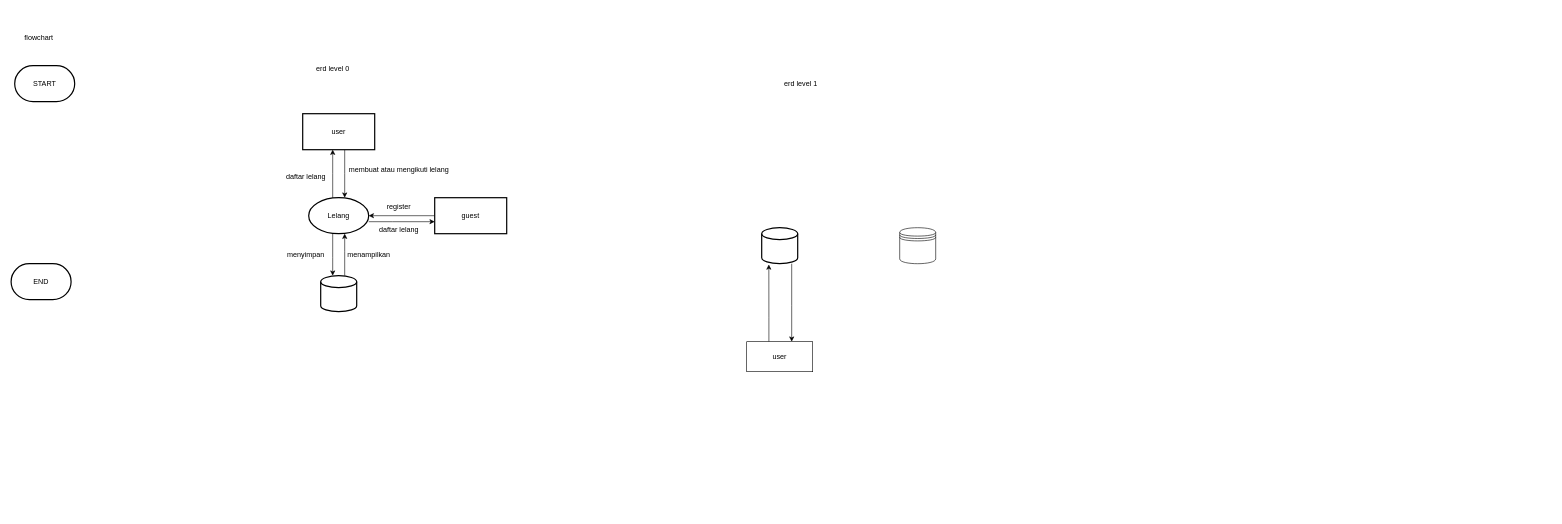
Earlier version of the draw.io diagram erd.drawio (ujangPNG/tugas-besar-laravel). Source tidied: cells renumbered, new cells numbered last; positions are measured from the earlier drawing's top-left corner, leaving out a move shared by most shapes. Both pictures are drawn from the tidied source at 60%, with x=0, y=0 at pixel (11, 28).
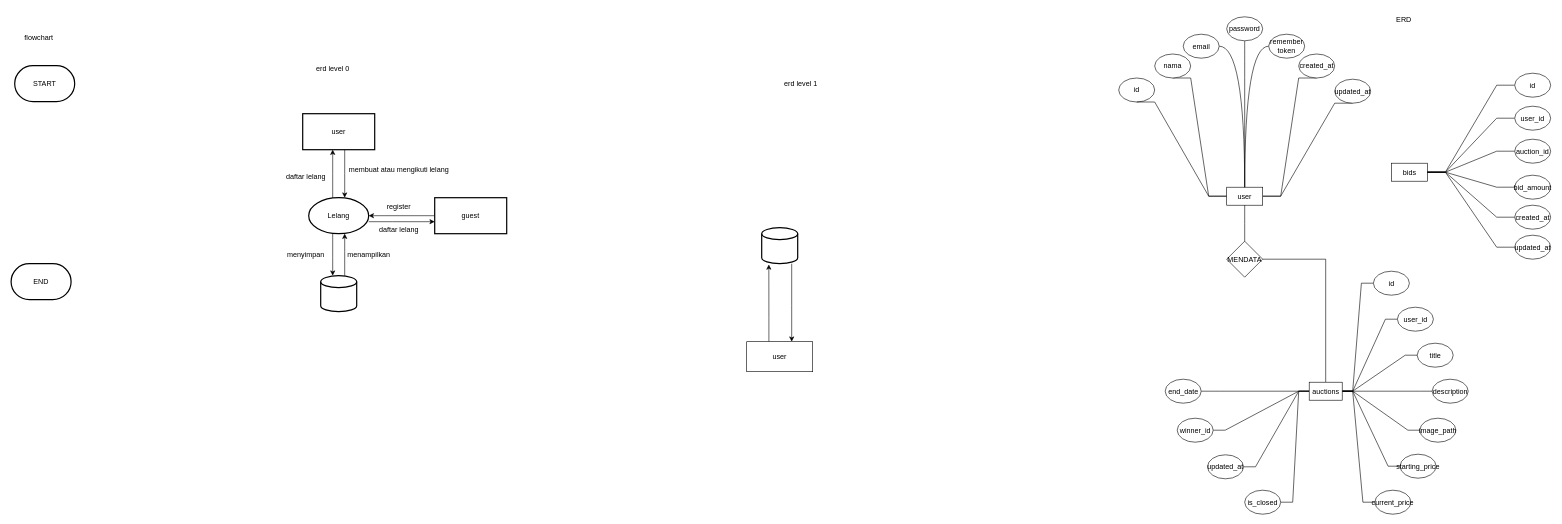
After the change.

What changed in the source:
```diff
@@
-    <mxCell id="6" style="shape=datastore;whiteSpace=wrap;html=1;" parent="1" vertex="1">
-      <mxGeometry x="1481" y="332" width="60" height="60" as="geometry" />
-    </mxCell>
@@
+    <mxCell id="28" value="ERD" style="text;html=1;align=center;verticalAlign=middle;strokeColor=none;fillColor=none;" parent="1" vertex="1">
+      <mxGeometry x="2296" y="-30" width="50" height="30" as="geometry" />
+    </mxCell>
+    <mxCell id="29" value="id" style="ellipse;whiteSpace=wrap;html=1;" parent="1" vertex="1">
+      <mxGeometry x="1846" y="82.5" width="60" height="40" as="geometry" />
+    </mxCell>
+    <mxCell id="30" style="edgeStyle=entityRelationEdgeStyle;rounded=0;jettySize=auto;html=1;strokeWidth=1;strokeColor=default;endArrow=none;startFill=0;entryX=0.5;entryY=1;entryDx=0;entryDy=0;" parent="1" edge="1" source="34" target="29">
+      <mxGeometry relative="1" as="geometry" />
+    </mxCell>
+    <mxCell id="31" style="edgeStyle=entityRelationEdgeStyle;shape=connector;rounded=0;jettySize=auto;html=1;strokeColor=default;strokeWidth=1;align=center;verticalAlign=middle;fontFamily=Helvetica;fontSize=11;fontColor=default;labelBackgroundColor=default;startFill=0;endArrow=none;entryX=0.5;entryY=1;entryDx=0;entryDy=0;" parent="1" edge="1" source="34" target="38">
+      <mxGeometry relative="1" as="geometry" />
+    </mxCell>
+    <mxCell id="32" style="edgeStyle=entityRelationEdgeStyle;shape=connector;rounded=0;jettySize=auto;html=1;strokeColor=default;strokeWidth=1;align=center;verticalAlign=middle;fontFamily=Helvetica;fontSize=11;fontColor=default;labelBackgroundColor=default;startFill=0;endArrow=none;entryX=0.5;entryY=1;entryDx=0;entryDy=0;" parent="1" edge="1" source="34" target="45">
+      <mxGeometry relative="1" as="geometry" />
+    </mxCell>
+    <mxCell id="33" style="edgeStyle=entityRelationEdgeStyle;shape=connector;rounded=0;jettySize=auto;html=1;strokeColor=default;strokeWidth=1;align=center;verticalAlign=middle;fontFamily=Helvetica;fontSize=11;fontColor=default;labelBackgroundColor=default;startFill=0;endArrow=none;entryX=0.5;entryY=1;entryDx=0;entryDy=0;" parent="1" edge="1" source="34" target="46">
+      <mxGeometry relative="1" as="geometry" />
+    </mxCell>
+    <mxCell id="34" value="user" style="rounded=0;whiteSpace=wrap;html=1;" parent="1" vertex="1">
+      <mxGeometry x="2026" y="264.5" width="60" height="30" as="geometry" />
+    </mxCell>
+    <mxCell id="35" style="shape=connector;rounded=0;jettySize=auto;html=1;strokeColor=default;strokeWidth=1;align=center;verticalAlign=middle;fontFamily=Helvetica;fontSize=11;fontColor=default;labelBackgroundColor=default;startFill=0;endArrow=none;edgeStyle=elbowEdgeStyle;elbow=vertical;" parent="1" edge="1" source="37" target="34">
+      <mxGeometry relative="1" as="geometry" />
+    </mxCell>
+    <mxCell id="36" style="shape=connector;rounded=0;jettySize=auto;html=1;strokeColor=default;strokeWidth=1;align=center;verticalAlign=middle;fontFamily=Helvetica;fontSize=11;fontColor=default;labelBackgroundColor=default;startFill=0;endArrow=none;edgeStyle=elbowEdgeStyle;elbow=vertical;exitX=1;exitY=0.5;exitDx=0;exitDy=0;jumpStyle=gap;" parent="1" edge="1" source="37" target="59">
+      <mxGeometry relative="1" as="geometry">
+        <Array as="points">
+          <mxPoint x="2136" y="384.5" />
+        </Array>
+      </mxGeometry>
+    </mxCell>
+    <mxCell id="37" value="MENDATA" style="rhombus;whiteSpace=wrap;html=1;" parent="1" vertex="1">
+      <mxGeometry x="2026" y="354.5" width="60" height="60" as="geometry" />
+    </mxCell>
+    <mxCell id="38" value="nama" style="ellipse;whiteSpace=wrap;html=1;" parent="1" vertex="1">
+      <mxGeometry x="1906" y="42.5" width="60" height="40" as="geometry" />
+    </mxCell>
+    <mxCell id="39" style="edgeStyle=orthogonalEdgeStyle;shape=connector;curved=1;rounded=0;jettySize=auto;html=1;strokeColor=default;strokeWidth=1;align=center;verticalAlign=middle;fontFamily=Helvetica;fontSize=11;fontColor=default;labelBackgroundColor=default;startFill=0;endArrow=none;" parent="1" edge="1" source="40" target="34">
+      <mxGeometry relative="1" as="geometry" />
+    </mxCell>
+    <mxCell id="40" value="email" style="ellipse;whiteSpace=wrap;html=1;" parent="1" vertex="1">
+      <mxGeometry x="1953.5" y="9.5" width="60" height="40" as="geometry" />
+    </mxCell>
+    <mxCell id="41" style="edgeStyle=orthogonalEdgeStyle;shape=connector;curved=1;rounded=0;jettySize=auto;html=1;strokeColor=default;strokeWidth=1;align=center;verticalAlign=middle;fontFamily=Helvetica;fontSize=11;fontColor=default;labelBackgroundColor=default;startFill=0;endArrow=none;" parent="1" edge="1" source="42" target="34">
+      <mxGeometry relative="1" as="geometry" />
+    </mxCell>
+    <mxCell id="42" value="password" style="ellipse;whiteSpace=wrap;html=1;" parent="1" vertex="1">
+      <mxGeometry x="2026" y="-19.5" width="60" height="40" as="geometry" />
+    </mxCell>
+    <mxCell id="43" style="edgeStyle=orthogonalEdgeStyle;shape=connector;curved=1;rounded=0;jettySize=auto;html=1;strokeColor=default;strokeWidth=1;align=center;verticalAlign=middle;fontFamily=Helvetica;fontSize=11;fontColor=default;labelBackgroundColor=default;startFill=0;endArrow=none;" parent="1" edge="1" source="44" target="34">
+      <mxGeometry relative="1" as="geometry" />
+    </mxCell>
+    <mxCell id="44" value="remember&lt;div&gt;token&lt;/div&gt;" style="ellipse;whiteSpace=wrap;html=1;" parent="1" vertex="1">
+      <mxGeometry x="2096" y="9.5" width="60" height="40" as="geometry" />
+    </mxCell>
+    <mxCell id="45" value="created_at" style="ellipse;whiteSpace=wrap;html=1;" parent="1" vertex="1">
+      <mxGeometry x="2146" y="42.5" width="60" height="40" as="geometry" />
+    </mxCell>
+    <mxCell id="46" value="updated_at" style="ellipse;whiteSpace=wrap;html=1;" parent="1" vertex="1">
+      <mxGeometry x="2206" y="84.5" width="60" height="40" as="geometry" />
+    </mxCell>
+    <mxCell id="47" style="edgeStyle=entityRelationEdgeStyle;rounded=0;jettySize=auto;html=1;strokeWidth=1;strokeColor=default;endArrow=none;startFill=0;horizontal=0;" parent="1" edge="1" source="54" target="59">
+      <mxGeometry relative="1" as="geometry" />
+    </mxCell>
+    <mxCell id="48" style="edgeStyle=entityRelationEdgeStyle;shape=connector;rounded=0;jettySize=auto;html=1;strokeColor=default;strokeWidth=1;align=center;verticalAlign=middle;fontFamily=Helvetica;fontSize=11;fontColor=default;labelBackgroundColor=default;startFill=0;endArrow=none;horizontal=0;" parent="1" edge="1" source="60" target="59">
+      <mxGeometry relative="1" as="geometry" />
+    </mxCell>
+    <mxCell id="49" style="edgeStyle=entityRelationEdgeStyle;shape=connector;rounded=0;jettySize=auto;html=1;strokeColor=default;strokeWidth=1;align=center;verticalAlign=middle;fontFamily=Helvetica;fontSize=11;fontColor=default;labelBackgroundColor=default;startFill=0;endArrow=none;horizontal=0;" parent="1" edge="1" source="61" target="59">
+      <mxGeometry relative="1" as="geometry" />
+    </mxCell>
+    <mxCell id="50" style="edgeStyle=entityRelationEdgeStyle;shape=connector;rounded=0;jettySize=auto;html=1;strokeColor=default;strokeWidth=1;align=center;verticalAlign=middle;fontFamily=Helvetica;fontSize=11;fontColor=default;labelBackgroundColor=default;startFill=0;endArrow=none;horizontal=0;jumpStyle=none;" parent="1" edge="1" source="62" target="59">
+      <mxGeometry relative="1" as="geometry" />
+    </mxCell>
+    <mxCell id="51" style="edgeStyle=entityRelationEdgeStyle;shape=connector;rounded=0;jettySize=auto;html=1;strokeColor=default;strokeWidth=1;align=center;verticalAlign=middle;fontFamily=Helvetica;fontSize=11;fontColor=default;labelBackgroundColor=default;startFill=0;endArrow=none;horizontal=0;" parent="1" edge="1" source="63" target="59">
+      <mxGeometry relative="1" as="geometry" />
+    </mxCell>
+    <mxCell id="52" style="edgeStyle=entityRelationEdgeStyle;shape=connector;rounded=0;jettySize=auto;html=1;strokeColor=default;strokeWidth=1;align=center;verticalAlign=middle;fontFamily=Helvetica;fontSize=11;fontColor=default;labelBackgroundColor=default;startFill=0;endArrow=none;horizontal=0;" parent="1" edge="1" source="64" target="59">
+      <mxGeometry relative="1" as="geometry" />
+    </mxCell>
+    <mxCell id="53" style="edgeStyle=entityRelationEdgeStyle;shape=connector;rounded=0;jettySize=auto;html=1;strokeColor=default;strokeWidth=1;align=center;verticalAlign=middle;fontFamily=Helvetica;fontSize=11;fontColor=default;labelBackgroundColor=default;startFill=0;endArrow=none;horizontal=0;" parent="1" edge="1" source="65" target="59">
+      <mxGeometry relative="1" as="geometry" />
+    </mxCell>
+    <mxCell id="54" value="id" style="ellipse;whiteSpace=wrap;html=1;rotation=90;direction=south;horizontal=0;" parent="1" vertex="1">
+      <mxGeometry x="2280.5" y="394.5" width="40" height="60" as="geometry" />
+    </mxCell>
+    <mxCell id="55" style="edgeStyle=entityRelationEdgeStyle;shape=connector;rounded=0;jettySize=auto;html=1;strokeColor=default;strokeWidth=1;align=center;verticalAlign=middle;fontFamily=Helvetica;fontSize=11;fontColor=default;labelBackgroundColor=default;startFill=0;endArrow=none;entryX=0;entryY=0.5;entryDx=0;entryDy=0;exitX=1;exitY=0.5;exitDx=0;exitDy=0;" parent="1" edge="1" source="59" target="66">
+      <mxGeometry relative="1" as="geometry">
+        <Array as="points">
+          <mxPoint x="2203.5" y="659.5" />
+          <mxPoint x="2203.5" y="709.5" />
+          <mxPoint x="2183.5" y="709.5" />
+          <mxPoint x="2191.5" y="709.5" />
+          <mxPoint x="2203.5" y="709.5" />
+          <mxPoint x="2213.5" y="709.5" />
+        </Array>
+      </mxGeometry>
+    </mxCell>
+    <mxCell id="56" style="edgeStyle=entityRelationEdgeStyle;shape=connector;rounded=0;jettySize=auto;html=1;strokeColor=default;strokeWidth=1;align=center;verticalAlign=middle;fontFamily=Helvetica;fontSize=11;fontColor=default;labelBackgroundColor=default;startFill=0;endArrow=none;" parent="1" edge="1" source="59" target="67">
+      <mxGeometry relative="1" as="geometry" />
+    </mxCell>
+    <mxCell id="57" style="edgeStyle=entityRelationEdgeStyle;shape=connector;rounded=0;jettySize=auto;html=1;strokeColor=default;strokeWidth=1;align=center;verticalAlign=middle;fontFamily=Helvetica;fontSize=11;fontColor=default;labelBackgroundColor=default;startFill=0;endArrow=none;" parent="1" edge="1" source="59" target="68">
+      <mxGeometry relative="1" as="geometry" />
+    </mxCell>
+    <mxCell id="58" style="edgeStyle=entityRelationEdgeStyle;shape=connector;rounded=0;jettySize=auto;html=1;strokeColor=default;strokeWidth=1;align=center;verticalAlign=middle;fontFamily=Helvetica;fontSize=11;fontColor=default;labelBackgroundColor=default;startFill=0;endArrow=none;" parent="1" edge="1" source="59" target="69">
+      <mxGeometry relative="1" as="geometry" />
+    </mxCell>
+    <mxCell id="59" value="auctions" style="rounded=0;whiteSpace=wrap;html=1;rotation=90;direction=south;horizontal=0;" parent="1" vertex="1">
+      <mxGeometry x="2176" y="577" width="30" height="55" as="geometry" />
+    </mxCell>
+    <mxCell id="60" value="user_id" style="ellipse;whiteSpace=wrap;html=1;rotation=90;direction=south;horizontal=0;" parent="1" vertex="1">
+      <mxGeometry x="2320.5" y="454.5" width="40" height="60" as="geometry" />
+    </mxCell>
+    <mxCell id="61" value="title" style="ellipse;whiteSpace=wrap;html=1;rotation=90;direction=south;horizontal=0;" parent="1" vertex="1">
+      <mxGeometry x="2353.5" y="514.5" width="40" height="60" as="geometry" />
+    </mxCell>
+    <mxCell id="62" value="description" style="ellipse;whiteSpace=wrap;html=1;rotation=90;direction=south;horizontal=0;" parent="1" vertex="1">
+      <mxGeometry x="2378.5" y="574.5" width="40" height="60" as="geometry" />
+    </mxCell>
+    <mxCell id="63" value="image_path" style="ellipse;whiteSpace=wrap;html=1;rotation=90;direction=south;horizontal=0;" parent="1" vertex="1">
+      <mxGeometry x="2358" y="639.5" width="40" height="60" as="geometry" />
+    </mxCell>
+    <mxCell id="64" value="starting_price" style="ellipse;whiteSpace=wrap;html=1;rotation=90;direction=south;horizontal=0;" parent="1" vertex="1">
+      <mxGeometry x="2325" y="699.5" width="40" height="60" as="geometry" />
+    </mxCell>
+    <mxCell id="65" value="current_price" style="ellipse;whiteSpace=wrap;html=1;rotation=90;direction=south;horizontal=0;" parent="1" vertex="1">
+      <mxGeometry x="2283" y="759.5" width="40" height="60" as="geometry" />
+    </mxCell>
+    <mxCell id="66" value="end_date" style="ellipse;whiteSpace=wrap;html=1;rotation=90;direction=south;horizontal=0;" parent="1" vertex="1">
+      <mxGeometry x="1933.5" y="574.5" width="40" height="60" as="geometry" />
+    </mxCell>
+    <mxCell id="67" value="is_closed" style="ellipse;whiteSpace=wrap;html=1;rotation=90;direction=south;horizontal=0;" parent="1" vertex="1">
+      <mxGeometry x="2066" y="759.5" width="40" height="60" as="geometry" />
+    </mxCell>
+    <mxCell id="68" value="updated_at" style="ellipse;whiteSpace=wrap;html=1;rotation=90;direction=south;horizontal=0;" parent="1" vertex="1">
+      <mxGeometry x="2004" y="700.5" width="40" height="60" as="geometry" />
+    </mxCell>
+    <mxCell id="69" value="winner_id" style="ellipse;whiteSpace=wrap;html=1;rotation=90;direction=south;horizontal=0;" parent="1" vertex="1">
+      <mxGeometry x="1953.5" y="639.5" width="40" height="60" as="geometry" />
+    </mxCell>
+    <mxCell id="70" value="bids" style="rounded=0;whiteSpace=wrap;html=1;" parent="1" vertex="1">
+      <mxGeometry x="2300.5" y="224.5" width="60" height="30" as="geometry" />
+    </mxCell>
+    <mxCell id="71" style="edgeStyle=entityRelationEdgeStyle;shape=connector;rounded=0;jettySize=auto;html=1;strokeColor=default;strokeWidth=1;align=center;verticalAlign=middle;fontFamily=Helvetica;fontSize=11;fontColor=default;labelBackgroundColor=default;startFill=0;endArrow=none;" parent="1" edge="1" source="72" target="70">
+      <mxGeometry relative="1" as="geometry" />
+    </mxCell>
+    <mxCell id="72" value="id" style="ellipse;whiteSpace=wrap;html=1;" parent="1" vertex="1">
+      <mxGeometry x="2506" y="74.5" width="60" height="40" as="geometry" />
+    </mxCell>
+    <mxCell id="73" style="edgeStyle=entityRelationEdgeStyle;shape=connector;rounded=0;jettySize=auto;html=1;strokeColor=default;strokeWidth=1;align=center;verticalAlign=middle;fontFamily=Helvetica;fontSize=11;fontColor=default;labelBackgroundColor=default;startFill=0;endArrow=none;" parent="1" edge="1" source="74" target="70">
+      <mxGeometry relative="1" as="geometry" />
+    </mxCell>
+    <mxCell id="74" value="user_id" style="ellipse;whiteSpace=wrap;html=1;" parent="1" vertex="1">
+      <mxGeometry x="2506" y="129.5" width="60" height="40" as="geometry" />
+    </mxCell>
+    <mxCell id="75" style="edgeStyle=entityRelationEdgeStyle;shape=connector;rounded=0;jettySize=auto;html=1;strokeColor=default;strokeWidth=1;align=center;verticalAlign=middle;fontFamily=Helvetica;fontSize=11;fontColor=default;labelBackgroundColor=default;startFill=0;endArrow=none;" parent="1" edge="1" source="76" target="70">
+      <mxGeometry relative="1" as="geometry" />
+    </mxCell>
+    <mxCell id="76" value="auction_id" style="ellipse;whiteSpace=wrap;html=1;" parent="1" vertex="1">
+      <mxGeometry x="2506" y="184.5" width="60" height="40" as="geometry" />
+    </mxCell>
+    <mxCell id="77" style="edgeStyle=entityRelationEdgeStyle;shape=connector;rounded=0;jettySize=auto;html=1;strokeColor=default;strokeWidth=1;align=center;verticalAlign=middle;fontFamily=Helvetica;fontSize=11;fontColor=default;labelBackgroundColor=default;startFill=0;endArrow=none;" parent="1" edge="1" source="78" target="70">
+      <mxGeometry relative="1" as="geometry" />
+    </mxCell>
+    <mxCell id="78" value="bid_amount" style="ellipse;whiteSpace=wrap;html=1;" parent="1" vertex="1">
+      <mxGeometry x="2506" y="244.5" width="60" height="40" as="geometry" />
+    </mxCell>
+    <mxCell id="79" style="edgeStyle=entityRelationEdgeStyle;shape=connector;rounded=0;jettySize=auto;html=1;strokeColor=default;strokeWidth=1;align=center;verticalAlign=middle;fontFamily=Helvetica;fontSize=11;fontColor=default;labelBackgroundColor=default;startFill=0;endArrow=none;" parent="1" edge="1" source="80" target="70">
+      <mxGeometry relative="1" as="geometry" />
+    </mxCell>
+    <mxCell id="80" value="created_at" style="ellipse;whiteSpace=wrap;html=1;" parent="1" vertex="1">
+      <mxGeometry x="2506" y="294.5" width="60" height="40" as="geometry" />
+    </mxCell>
+    <mxCell id="81" style="edgeStyle=entityRelationEdgeStyle;shape=connector;rounded=0;jettySize=auto;html=1;strokeColor=default;strokeWidth=1;align=center;verticalAlign=middle;fontFamily=Helvetica;fontSize=11;fontColor=default;labelBackgroundColor=default;startFill=0;endArrow=none;" parent="1" edge="1" source="82" target="70">
+      <mxGeometry relative="1" as="geometry" />
+    </mxCell>
+    <mxCell id="82" value="updated_at" style="ellipse;whiteSpace=wrap;html=1;" parent="1" vertex="1">
+      <mxGeometry x="2506" y="344.5" width="60" height="40" as="geometry" />
+    </mxCell>
```
